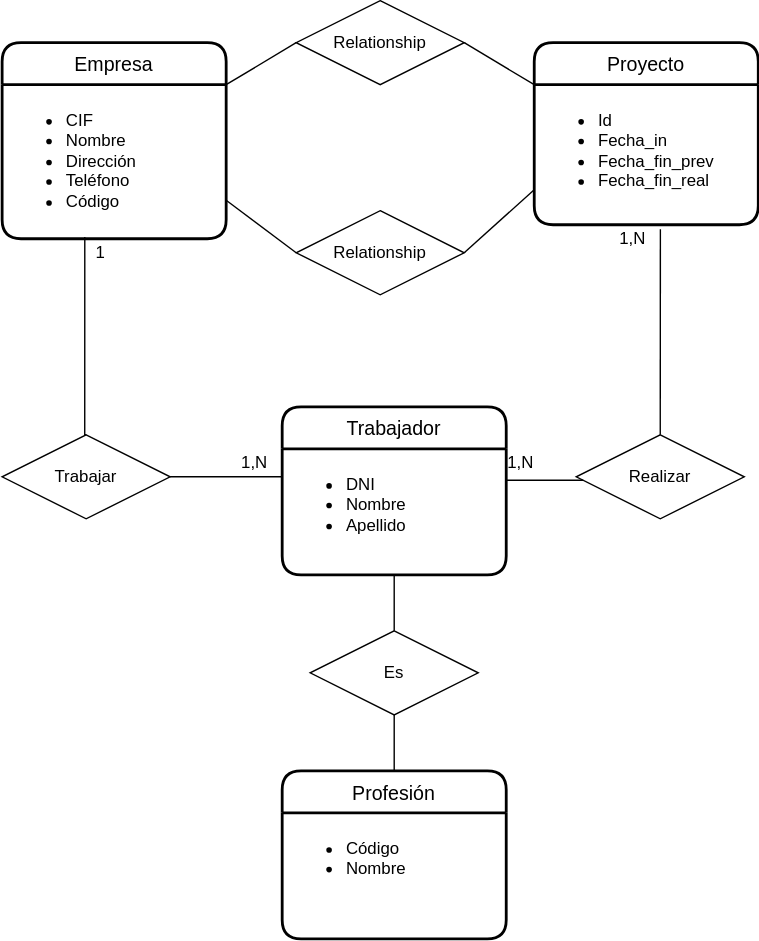
This is UD12-12.svg from Jimxx22/C3-UD11-UML, a draw.io export, as it was before one commit. Source tidied: cells renumbered, new cells last; positions are measured from the earlier drawing's top-left corner, leaving out a move shared by most shapes.
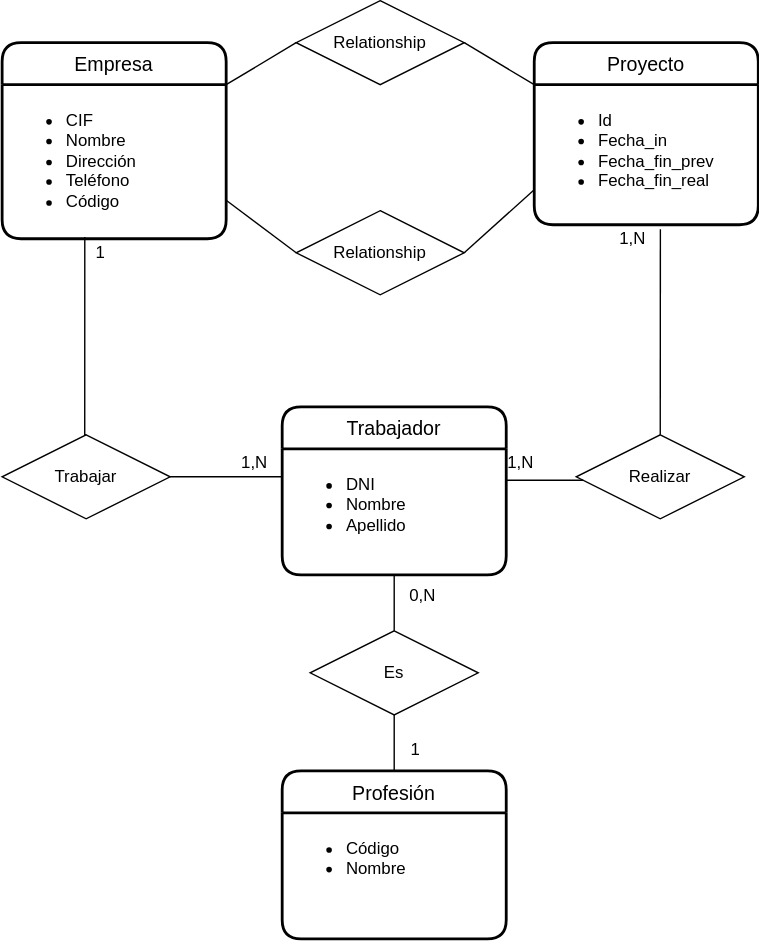
After the commit.

The edit, as a diff of the source:
```diff
@@ -100,5 +100,11 @@
     <mxCell id="28" style="endArrow=none;html=1;rounded=0;labelBackgroundColor=none;entryX=0;entryY=0.5;entryDx=0;entryDy=0;exitX=1;exitY=0;exitDx=0;exitDy=0;" parent="1" edge="1" source="3" target="19">
       <mxGeometry relative="1" as="geometry" />
     </mxCell>
+    <mxCell id="29" value="0,N" style="text;html=1;align=center;verticalAlign=middle;strokeColor=none;fillColor=none;" parent="1" vertex="1">
+      <mxGeometry x="280" y="410" width="40" height="30" as="geometry" />
+    </mxCell>
+    <mxCell id="30" value="1" style="text;html=1;align=center;verticalAlign=middle;strokeColor=none;fillColor=none;" parent="1" vertex="1">
+      <mxGeometry x="280" y="520" width="30" height="30" as="geometry" />
+    </mxCell>
   </root>
 </mxGraphModel>
```
